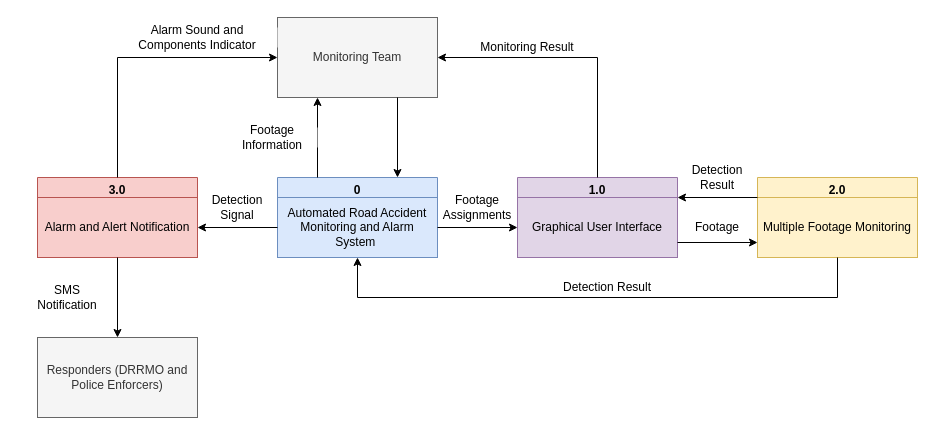
Above: page "level 0" (1 of 5) of DrawIO/dfd.drawio in russellcaragay/PD-Files (draw.io), before the change. Source tidied: cells renumbered, new cells numbered last; positions are measured from the earlier drawing's top-left corner, leaving out a move shared by most shapes. Both pictures are drawn from the tidied source at 100%, with x=0, y=0 at pixel (27, 17).
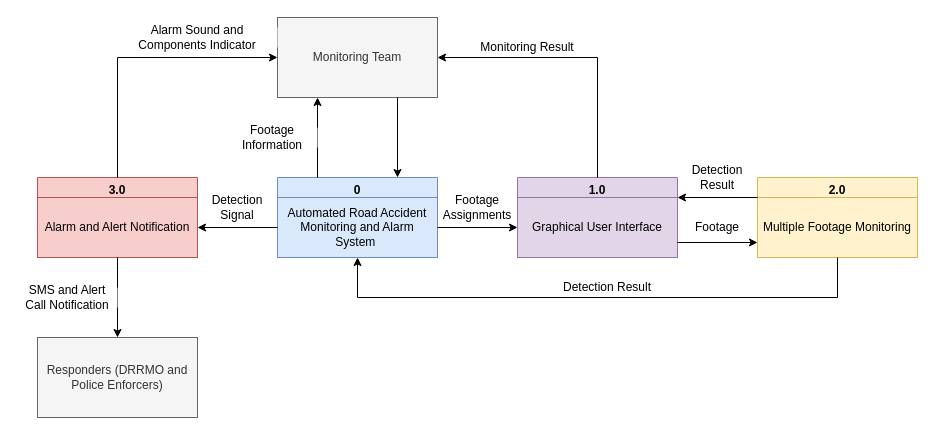
The same diagram, later.

What changed in the source:
```diff
@@
-    <mxCell id="31" value="SMS Notification" style="text;html=1;strokeColor=none;align=center;verticalAlign=middle;whiteSpace=wrap;rounded=0;fillColor=#ffffff;" parent="1" vertex="1">
-      <mxGeometry y="270" width="80" height="20" as="geometry" />
+    <mxCell id="31" value="SMS and Alert Call Notification" style="text;html=1;strokeColor=none;align=center;verticalAlign=middle;whiteSpace=wrap;rounded=0;fillColor=#ffffff;" parent="1" vertex="1">
+      <mxGeometry x="-10" y="270" width="100" height="20" as="geometry" />
     </mxCell>
```
